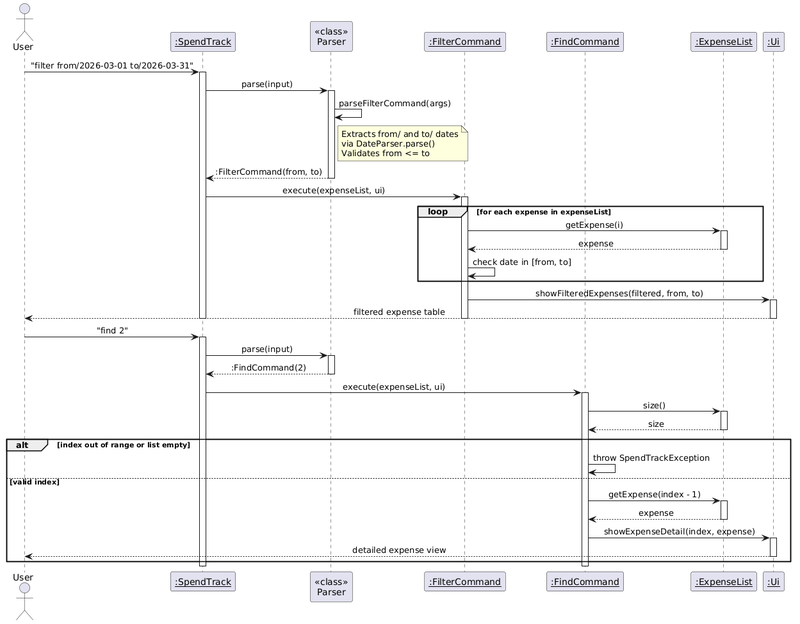
This is docs/images/FilterFindSequence.png from AbhijitBalajee/tp, a PlantUML export, as it was before one commit.
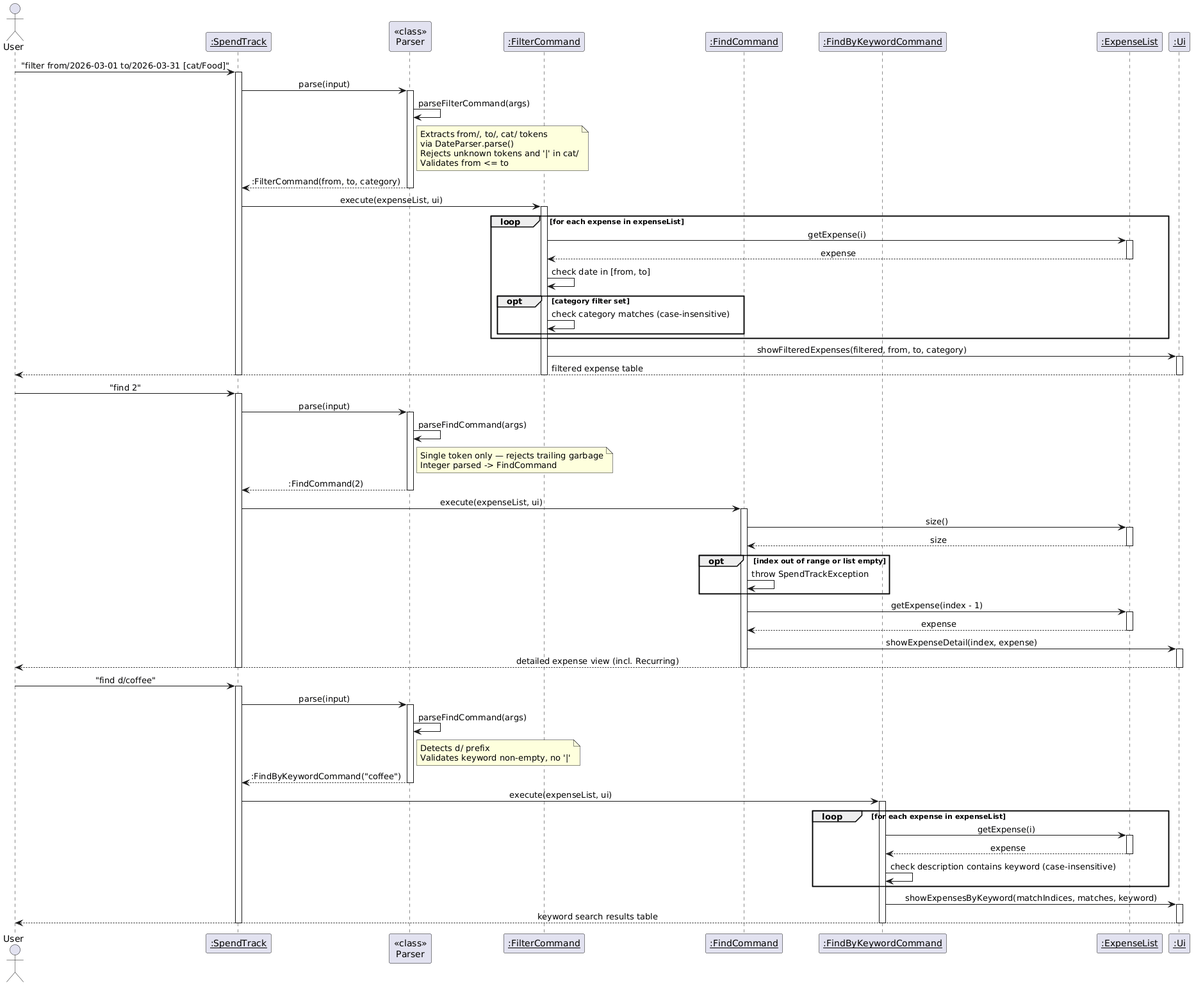
The same diagram one commit later.

Commit message:
Fix duplicate flag issue in filter and find

Diff of the diagram source:
```diff
@@ -8,21 +8,23 @@
 participant "<<class>>\nParser" as P
 participant "<u>:FilterCommand</u>" as FC
 participant "<u>:FindCommand</u>" as FNC
+participant "<u>:FindByKeywordCommand</u>" as FKC
 participant "<u>:ExpenseList</u>" as EL
 participant "<u>:Ui</u>" as UI
 
-User -> ST : "filter from/2026-03-01 to/2026-03-31"
+User -> ST : "filter from/2026-03-01 to/2026-03-31 [cat/Food]"
 activate ST
 
 ST -> P : parse(input)
 activate P
 P -> P : parseFilterCommand(args)
 note right of P
-  Extracts from/ and to/ dates
+  Extracts from/, to/, cat/ tokens
   via DateParser.parse()
+  Rejects unknown tokens and '|' in cat/
   Validates from <= to
 end note
-P --> ST : :FilterCommand(from, to)
+P --> ST : :FilterCommand(from, to, category)
 deactivate P
 
 ST -> FC : execute(expenseList, ui)
@@ -34,9 +36,12 @@
     EL --> FC : expense
     deactivate EL
     FC -> FC : check date in [from, to]
+    opt category filter set
+        FC -> FC : check category matches (case-insensitive)
+    end
 end
 
-FC -> UI : showFilteredExpenses(filtered, from, to)
+FC -> UI : showFilteredExpenses(filtered, from, to, category)
 activate UI
 UI --> User : filtered expense table
 deactivate UI
@@ -48,6 +53,11 @@
 
 ST -> P : parse(input)
 activate P
+P -> P : parseFindCommand(args)
+note right of P
+  Single token only — rejects trailing garbage
+  Integer parsed -> FindCommand
+end note
 P --> ST : :FindCommand(2)
 deactivate P
 
@@ -59,19 +69,50 @@
 EL --> FNC : size
 deactivate EL
 
-alt index out of range or list empty
+opt index out of range or list empty
     FNC -> FNC : throw SpendTrackException
-else valid index
-    FNC -> EL : getExpense(index - 1)
-    activate EL
-    EL --> FNC : expense
-    deactivate EL
-    FNC -> UI : showExpenseDetail(index, expense)
-    activate UI
-    UI --> User : detailed expense view
-    deactivate UI
 end
+
+FNC -> EL : getExpense(index - 1)
+activate EL
+EL --> FNC : expense
+deactivate EL
+FNC -> UI : showExpenseDetail(index, expense)
+activate UI
+UI --> User : detailed expense view (incl. Recurring)
+deactivate UI
 
 deactivate FNC
 deactivate ST
+
+User -> ST : "find d/coffee"
+activate ST
+
+ST -> P : parse(input)
+activate P
+P -> P : parseFindCommand(args)
+note right of P
+  Detects d/ prefix
+  Validates keyword non-empty, no '|'
+end note
+P --> ST : :FindByKeywordCommand("coffee")
+deactivate P
+
+ST -> FKC : execute(expenseList, ui)
+activate FKC
+
+loop for each expense in expenseList
+    FKC -> EL : getExpense(i)
+    activate EL
+    EL --> FKC : expense
+    deactivate EL
+    FKC -> FKC : check description contains keyword (case-insensitive)
+end
+
+FKC -> UI : showExpensesByKeyword(matchIndices, matches, keyword)
+activate UI
+UI --> User : keyword search results table
+deactivate UI
+deactivate FKC
+deactivate ST
 @enduml
```
